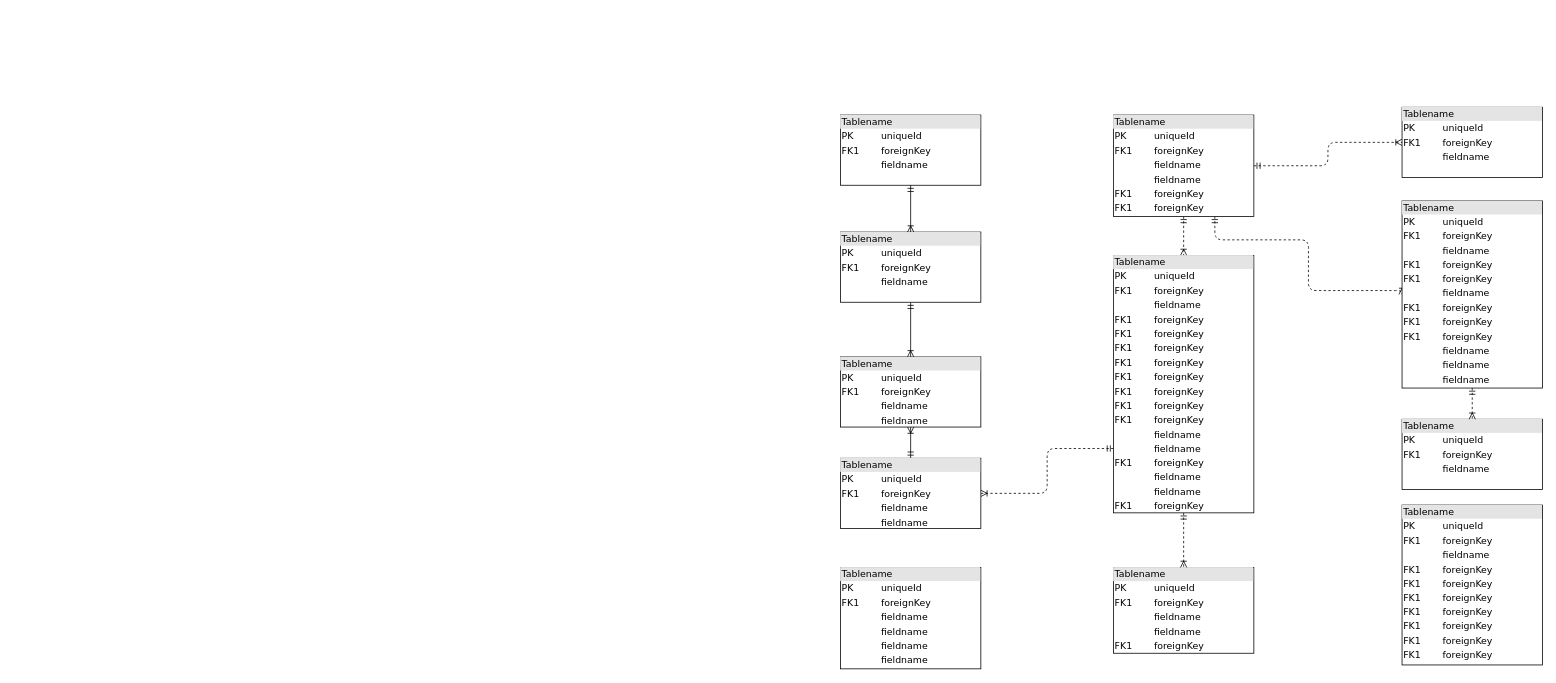
The draw.io diagram NSCC/EDS_DB_Design.drawio in ObeeeWon/Diagrams, before the edit. Source tidied: cells renumbered, new cells numbered last; positions are measured from the earlier drawing's top-left corner, leaving out a move shared by most shapes. Both pictures are drawn from the tidied source at 78%, with x=0, y=0 at pixel (840, 107).
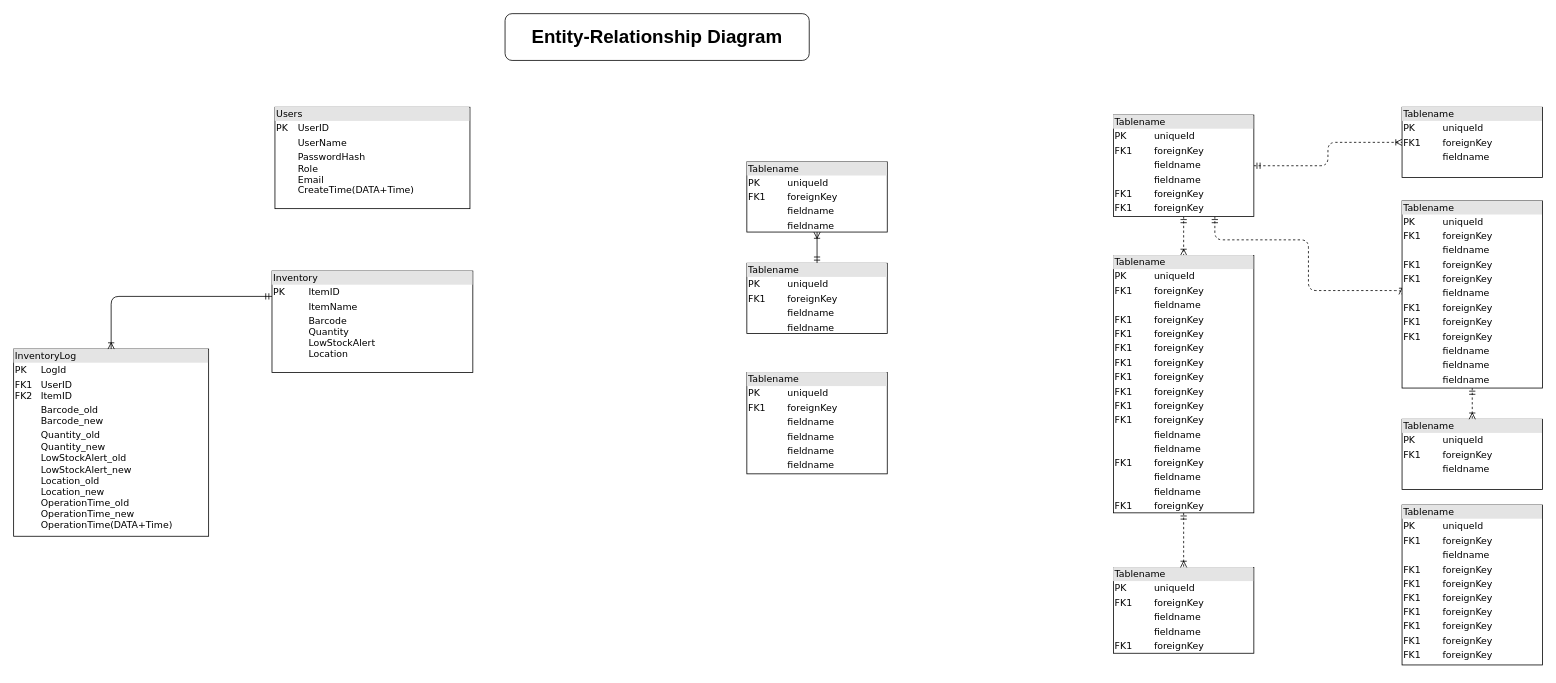
The same page after the edit.

Unchanged cells that the change refers to:
```xml
<mxCell id="16" value="&lt;div style=&quot;box-sizing: border-box ; width: 100% ; background: #e4e4e4 ; padding: 2px&quot;&gt;Tablename&lt;/div&gt;&lt;table style=&quot;width: 100% ; font-size: 1em&quot; cellpadding=&quot;2&quot; cellspacing=&quot;0&quot;&gt;&lt;tbody&gt;&lt;tr&gt;&lt;td&gt;PK&lt;/td&gt;&lt;td&gt;uniqueId&lt;/td&gt;&lt;/tr&gt;&lt;tr&gt;&lt;td&gt;FK1&lt;/td&gt;&lt;td&gt;foreignKey&lt;/td&gt;&lt;/tr&gt;&lt;tr&gt;&lt;td&gt;&lt;/td&gt;&lt;td&gt;fieldname&lt;/td&gt;&lt;/tr&gt;&lt;tr&gt;&lt;td&gt;FK1&lt;br&gt;&lt;/td&gt;&lt;td&gt;foreignKey&lt;br&gt;&lt;/td&gt;&lt;/tr&gt;&lt;tr&gt;&lt;td&gt;FK1&lt;br&gt;&lt;/td&gt;&lt;td&gt;foreignKey&lt;br&gt;&lt;/td&gt;&lt;/tr&gt;&lt;tr&gt;&lt;td&gt;FK1&lt;br&gt;&lt;/td&gt;&lt;td&gt;foreignKey&lt;br&gt;&lt;/td&gt;&lt;/tr&gt;&lt;tr&gt;&lt;td&gt;FK1&lt;br&gt;&lt;/td&gt;&lt;td&gt;foreignKey&lt;br&gt;&lt;/td&gt;&lt;/tr&gt;&lt;tr&gt;&lt;td&gt;FK1&lt;br&gt;&lt;/td&gt;&lt;td&gt;foreignKey&lt;br&gt;&lt;/td&gt;&lt;/tr&gt;&lt;tr&gt;&lt;td&gt;FK1&lt;br&gt;&lt;/td&gt;&lt;td&gt;foreignKey&lt;br&gt;&lt;/td&gt;&lt;/tr&gt;&lt;tr&gt;&lt;td&gt;FK1&lt;br&gt;&lt;/td&gt;&lt;td&gt;foreignKey&lt;br&gt;&lt;/td&gt;&lt;/tr&gt;&lt;tr&gt;&lt;td&gt;FK1&lt;br&gt;&lt;/td&gt;&lt;td&gt;foreignKey&lt;br&gt;&lt;/td&gt;&lt;/tr&gt;&lt;tr&gt;&lt;td&gt;&lt;br&gt;&lt;/td&gt;&lt;td&gt;fieldname&lt;br&gt;&lt;/td&gt;&lt;/tr&gt;&lt;tr&gt;&lt;td&gt;&lt;br&gt;&lt;/td&gt;&lt;td&gt;fieldname&lt;br&gt;&lt;/td&gt;&lt;/tr&gt;&lt;tr&gt;&lt;td&gt;FK1&lt;br&gt;&lt;/td&gt;&lt;td&gt;foreignKey&lt;br&gt;&lt;/td&gt;&lt;/tr&gt;&lt;tr&gt;&lt;td&gt;&lt;br&gt;&lt;/td&gt;&lt;td&gt;fieldname&lt;br&gt;&lt;/td&gt;&lt;/tr&gt;&lt;tr&gt;&lt;td&gt;&lt;br&gt;&lt;/td&gt;&lt;td&gt;fieldname&lt;br&gt;&lt;/td&gt;&lt;/tr&gt;&lt;tr&gt;&lt;td&gt;FK1&lt;br&gt;&lt;/td&gt;&lt;td&gt;foreignKey&lt;br&gt;&lt;/td&gt;&lt;/tr&gt;&lt;/tbody&gt;&lt;/table&gt;" style="verticalAlign=top;align=left;overflow=fill;html=1;rounded=0;shadow=0;comic=0;labelBackgroundColor=none;strokeWidth=1;fontFamily=Verdana;fontSize=12;" parent="1" vertex="1">
  <mxGeometry x="350" y="190" width="180" height="330" as="geometry" />
</mxCell>
```

Change to the diagram source:
```diff
@@
-    <mxCell id="2" value="&lt;div style=&quot;box-sizing:border-box;width:100%;background:#e4e4e4;padding:2px;&quot;&gt;Tablename&lt;/div&gt;&lt;table style=&quot;width:100%;font-size:1em;&quot; cellpadding=&quot;2&quot; cellspacing=&quot;0&quot;&gt;&lt;tr&gt;&lt;td&gt;PK&lt;/td&gt;&lt;td&gt;uniqueId&lt;/td&gt;&lt;/tr&gt;&lt;tr&gt;&lt;td&gt;FK1&lt;/td&gt;&lt;td&gt;foreignKey&lt;/td&gt;&lt;/tr&gt;&lt;tr&gt;&lt;td&gt;&lt;/td&gt;&lt;td&gt;fieldname&lt;/td&gt;&lt;/tr&gt;&lt;/table&gt;" style="verticalAlign=top;align=left;overflow=fill;html=1;rounded=0;shadow=0;comic=0;labelBackgroundColor=none;strokeWidth=1;fontFamily=Verdana;fontSize=12;" parent="1" vertex="1">
-      <mxGeometry y="10" width="180" height="90" as="geometry" />
+    <mxCell id="2" value="&lt;div style=&quot;box-sizing: border-box; width: 100%; background: rgb(228, 228, 228); padding: 2px;&quot;&gt;Users&lt;/div&gt;&lt;table style=&quot;width:100%;font-size:1em;&quot; cellpadding=&quot;2&quot; cellspacing=&quot;0&quot;&gt;&lt;tbody&gt;&lt;tr&gt;&lt;td&gt;PK&lt;/td&gt;&lt;td&gt;UserID&lt;/td&gt;&lt;/tr&gt;&lt;tr&gt;&lt;td&gt;&lt;br&gt;&lt;/td&gt;&lt;td&gt;UserName&lt;/td&gt;&lt;/tr&gt;&lt;tr&gt;&lt;td&gt;&lt;/td&gt;&lt;td&gt;PasswordHash&lt;br&gt;Role&lt;br&gt;Email&lt;br&gt;CreateTime(DATA+Time)&lt;/td&gt;&lt;/tr&gt;&lt;/tbody&gt;&lt;/table&gt;" style="verticalAlign=top;align=left;overflow=fill;html=1;rounded=0;shadow=0;comic=0;labelBackgroundColor=none;strokeWidth=1;fontFamily=Verdana;fontSize=12;" parent="1" vertex="1">
+      <mxGeometry x="-725" width="250" height="130" as="geometry" />
     </mxCell>
@@
-    <mxCell id="8" style="edgeStyle=orthogonalEdgeStyle;html=1;exitX=0;exitY=0.75;entryX=1;entryY=0.5;dashed=1;labelBackgroundColor=none;startArrow=ERmandOne;endArrow=ERoneToMany;fontFamily=Verdana;fontSize=12;align=left;" parent="1" edge="1" source="16" target="9">
-      <mxGeometry relative="1" as="geometry" />
-    </mxCell>
     <mxCell id="9" value="&lt;div style=&quot;box-sizing: border-box ; width: 100% ; background: #e4e4e4 ; padding: 2px&quot;&gt;Tablename&lt;/div&gt;&lt;table style=&quot;width: 100% ; font-size: 1em&quot; cellpadding=&quot;2&quot; cellspacing=&quot;0&quot;&gt;&lt;tbody&gt;&lt;tr&gt;&lt;td&gt;PK&lt;/td&gt;&lt;td&gt;uniqueId&lt;/td&gt;&lt;/tr&gt;&lt;tr&gt;&lt;td&gt;FK1&lt;/td&gt;&lt;td&gt;foreignKey&lt;/td&gt;&lt;/tr&gt;&lt;tr&gt;&lt;td&gt;&lt;/td&gt;&lt;td&gt;fieldname&lt;/td&gt;&lt;/tr&gt;&lt;tr&gt;&lt;td&gt;&lt;br&gt;&lt;/td&gt;&lt;td&gt;fieldname&lt;br&gt;&lt;/td&gt;&lt;/tr&gt;&lt;/tbody&gt;&lt;/table&gt;" style="verticalAlign=top;align=left;overflow=fill;html=1;rounded=0;shadow=0;comic=0;labelBackgroundColor=none;strokeWidth=1;fontFamily=Verdana;fontSize=12;" parent="1" vertex="1">
-      <mxGeometry y="450" width="180" height="90" as="geometry" />
+      <mxGeometry x="-120" y="200" width="180" height="90" as="geometry" />
     </mxCell>
     <mxCell id="10" value="&lt;div style=&quot;box-sizing: border-box ; width: 100% ; background: #e4e4e4 ; padding: 2px&quot;&gt;Tablename&lt;/div&gt;&lt;table style=&quot;width: 100% ; font-size: 1em&quot; cellpadding=&quot;2&quot; cellspacing=&quot;0&quot;&gt;&lt;tbody&gt;&lt;tr&gt;&lt;td&gt;PK&lt;/td&gt;&lt;td&gt;uniqueId&lt;/td&gt;&lt;/tr&gt;&lt;tr&gt;&lt;td&gt;FK1&lt;/td&gt;&lt;td&gt;foreignKey&lt;/td&gt;&lt;/tr&gt;&lt;tr&gt;&lt;td&gt;&lt;/td&gt;&lt;td&gt;fieldname&lt;/td&gt;&lt;/tr&gt;&lt;tr&gt;&lt;td&gt;&lt;br&gt;&lt;/td&gt;&lt;td&gt;fieldname&lt;br&gt;&lt;/td&gt;&lt;/tr&gt;&lt;/tbody&gt;&lt;/table&gt;" style="verticalAlign=top;align=left;overflow=fill;html=1;rounded=0;shadow=0;comic=0;labelBackgroundColor=none;strokeWidth=1;fontFamily=Verdana;fontSize=12;" parent="1" vertex="1">
-      <mxGeometry y="320" width="180" height="90" as="geometry" />
+      <mxGeometry x="-120" y="70" width="180" height="90" as="geometry" />
     </mxCell>
-    <mxCell id="11" style="edgeStyle=orthogonalEdgeStyle;html=1;entryX=0.5;entryY=0;labelBackgroundColor=none;startArrow=ERmandOne;endArrow=ERoneToMany;fontFamily=Verdana;fontSize=12;align=left;" parent="1" edge="1" source="12" target="10">
-      <mxGeometry relative="1" as="geometry" />
-    </mxCell>
-    <mxCell id="12" value="&lt;div style=&quot;box-sizing:border-box;width:100%;background:#e4e4e4;padding:2px;&quot;&gt;Tablename&lt;/div&gt;&lt;table style=&quot;width:100%;font-size:1em;&quot; cellpadding=&quot;2&quot; cellspacing=&quot;0&quot;&gt;&lt;tr&gt;&lt;td&gt;PK&lt;/td&gt;&lt;td&gt;uniqueId&lt;/td&gt;&lt;/tr&gt;&lt;tr&gt;&lt;td&gt;FK1&lt;/td&gt;&lt;td&gt;foreignKey&lt;/td&gt;&lt;/tr&gt;&lt;tr&gt;&lt;td&gt;&lt;/td&gt;&lt;td&gt;fieldname&lt;/td&gt;&lt;/tr&gt;&lt;/table&gt;" style="verticalAlign=top;align=left;overflow=fill;html=1;rounded=0;shadow=0;comic=0;labelBackgroundColor=none;strokeWidth=1;fontFamily=Verdana;fontSize=12;" parent="1" vertex="1">
-      <mxGeometry y="160" width="180" height="90" as="geometry" />
+    <mxCell id="12" value="&lt;div style=&quot;box-sizing: border-box; width: 100%; background: rgb(228, 228, 228); padding: 2px;&quot;&gt;Inventory&lt;/div&gt;&lt;table style=&quot;width:100%;font-size:1em;&quot; cellpadding=&quot;2&quot; cellspacing=&quot;0&quot;&gt;&lt;tbody&gt;&lt;tr&gt;&lt;td&gt;PK&lt;/td&gt;&lt;td&gt;ItemID&lt;/td&gt;&lt;/tr&gt;&lt;tr&gt;&lt;td&gt;&lt;br&gt;&lt;/td&gt;&lt;td&gt;ItemName&lt;/td&gt;&lt;/tr&gt;&lt;tr&gt;&lt;td&gt;&lt;/td&gt;&lt;td&gt;Barcode&lt;br&gt;Quantity&lt;br&gt;LowStockAlert&lt;br&gt;Location&lt;br&gt;&lt;br&gt;&lt;/td&gt;&lt;/tr&gt;&lt;/tbody&gt;&lt;/table&gt;" style="verticalAlign=top;align=left;overflow=fill;html=1;rounded=0;shadow=0;comic=0;labelBackgroundColor=none;strokeWidth=1;fontFamily=Verdana;fontSize=12;" parent="1" vertex="1">
+      <mxGeometry x="-728.8" y="210" width="257.5" height="130" as="geometry" />
     </mxCell>
@@
     <mxCell id="21" value="&lt;div style=&quot;box-sizing: border-box ; width: 100% ; background: #e4e4e4 ; padding: 2px&quot;&gt;Tablename&lt;/div&gt;&lt;table style=&quot;width: 100% ; font-size: 1em&quot; cellpadding=&quot;2&quot; cellspacing=&quot;0&quot;&gt;&lt;tbody&gt;&lt;tr&gt;&lt;td&gt;PK&lt;/td&gt;&lt;td&gt;uniqueId&lt;/td&gt;&lt;/tr&gt;&lt;tr&gt;&lt;td&gt;FK1&lt;/td&gt;&lt;td&gt;foreignKey&lt;/td&gt;&lt;/tr&gt;&lt;tr&gt;&lt;td&gt;&lt;/td&gt;&lt;td&gt;fieldname&lt;/td&gt;&lt;/tr&gt;&lt;tr&gt;&lt;td&gt;&lt;br&gt;&lt;/td&gt;&lt;td&gt;fieldname&lt;br&gt;&lt;/td&gt;&lt;/tr&gt;&lt;tr&gt;&lt;td&gt;&lt;br&gt;&lt;/td&gt;&lt;td&gt;fieldname&lt;br&gt;&lt;/td&gt;&lt;/tr&gt;&lt;tr&gt;&lt;td&gt;&lt;br&gt;&lt;/td&gt;&lt;td&gt;fieldname&lt;br&gt;&lt;/td&gt;&lt;/tr&gt;&lt;/tbody&gt;&lt;/table&gt;" style="verticalAlign=top;align=left;overflow=fill;html=1;rounded=0;shadow=0;comic=0;labelBackgroundColor=none;strokeWidth=1;fontFamily=Verdana;fontSize=12;" parent="1" vertex="1">
-      <mxGeometry y="590" width="180" height="130" as="geometry" />
+      <mxGeometry x="-120" y="340" width="180" height="130" as="geometry" />
     </mxCell>
-    <mxCell id="22" style="edgeStyle=orthogonalEdgeStyle;html=1;endArrow=ERoneToMany;startArrow=ERmandOne;labelBackgroundColor=none;fontFamily=Verdana;fontSize=12;align=left;exitX=0.5;exitY=1;entryX=0.5;entryY=0;" parent="1" edge="1" source="2" target="12">
-      <mxGeometry relative="1" as="geometry" />
-    </mxCell>
+    <mxCell id="23" value="&lt;font style=&quot;font-size: 24px;&quot;&gt;&lt;b&gt;Entity-Relationship Diagram&lt;/b&gt;&lt;/font&gt;" style="rounded=1;whiteSpace=wrap;html=1;" parent="1" vertex="1">
+      <mxGeometry x="-430" y="-120" width="390" height="60" as="geometry" />
+    </mxCell>
+    <mxCell id="24" value="&lt;div style=&quot;box-sizing: border-box; width: 100%; background: rgb(228, 228, 228); padding: 2px;&quot;&gt;InventoryLog&lt;/div&gt;&lt;table style=&quot;width: 100% ; font-size: 1em&quot; cellpadding=&quot;2&quot; cellspacing=&quot;0&quot;&gt;&lt;tbody&gt;&lt;tr&gt;&lt;td&gt;PK&lt;/td&gt;&lt;td&gt;LogId&lt;/td&gt;&lt;/tr&gt;&lt;tr&gt;&lt;td&gt;FK1&lt;br&gt;FK2&lt;/td&gt;&lt;td&gt;UserID&lt;br&gt;ItemID&lt;br&gt;&lt;/td&gt;&lt;/tr&gt;&lt;tr&gt;&lt;td&gt;&lt;/td&gt;&lt;td&gt;Barcode_old&lt;br&gt;Barcode_new&lt;/td&gt;&lt;/tr&gt;&lt;tr&gt;&lt;td&gt;&lt;br&gt;&lt;/td&gt;&lt;td&gt;Quantity_old&lt;br&gt;Quantity_new&lt;br&gt;LowStockAlert_old&lt;br&gt;LowStockAlert_new&lt;br&gt;Location_old&lt;br&gt;Location_new&lt;br&gt;OperationTime_old&lt;br&gt;OperationTime_new&lt;br&gt;OperationTime(DATA+Time)&lt;/td&gt;&lt;/tr&gt;&lt;/tbody&gt;&lt;/table&gt;" style="verticalAlign=top;align=left;overflow=fill;html=1;rounded=0;shadow=0;comic=0;labelBackgroundColor=none;strokeWidth=1;fontFamily=Verdana;fontSize=12;" parent="1" vertex="1">
+      <mxGeometry x="-1060" y="310" width="250" height="240" as="geometry" />
+    </mxCell>
+    <mxCell id="25" style="edgeStyle=orthogonalEdgeStyle;html=1;labelBackgroundColor=none;startArrow=ERmandOne;endArrow=ERoneToMany;fontFamily=Verdana;fontSize=12;align=left;entryX=0.5;entryY=0;entryDx=0;entryDy=0;exitX=0;exitY=0.25;exitDx=0;exitDy=0;" parent="1" edge="1" source="12" target="24">
+      <mxGeometry relative="1" as="geometry" />
+    </mxCell>
```
